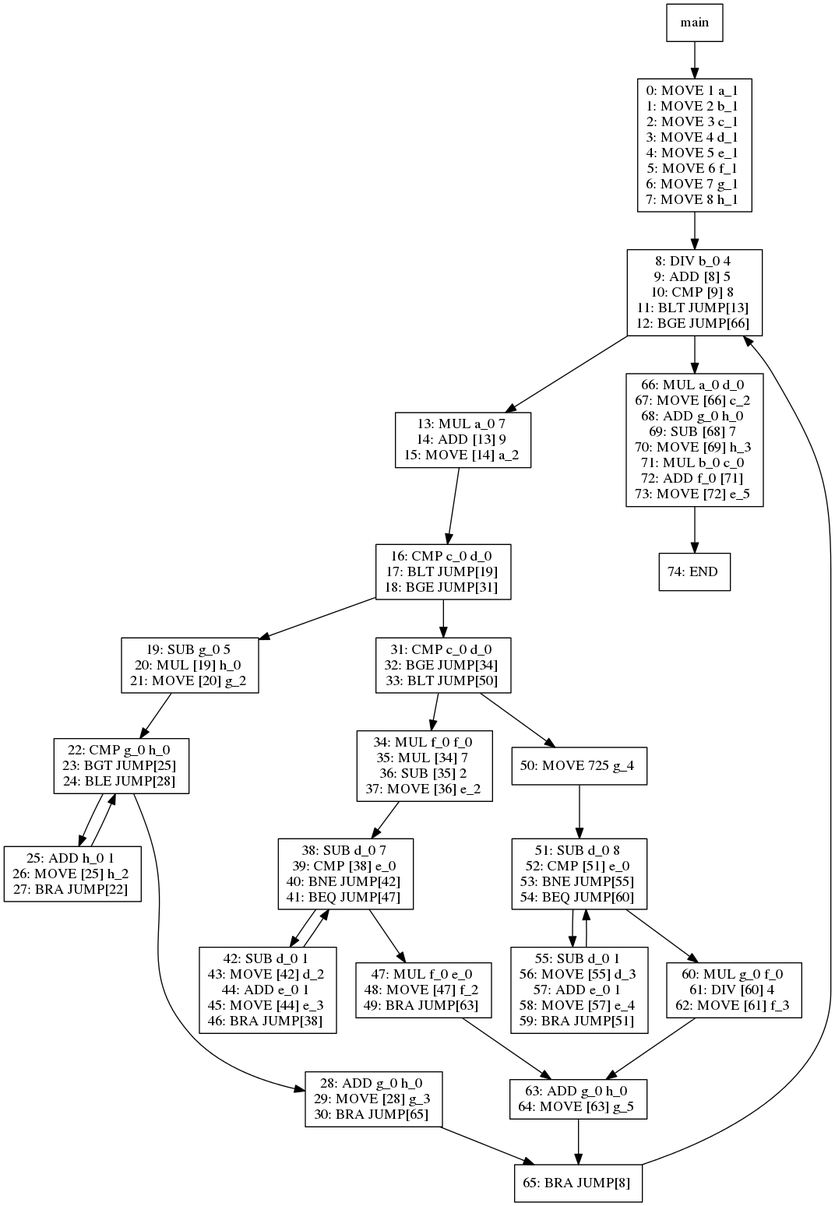
Before: viz/test024.dot.png, a diagram exported from Graphviz (jiahanwang/PL241-Compiler). Its source is kept beside it as viz/test024.dot.
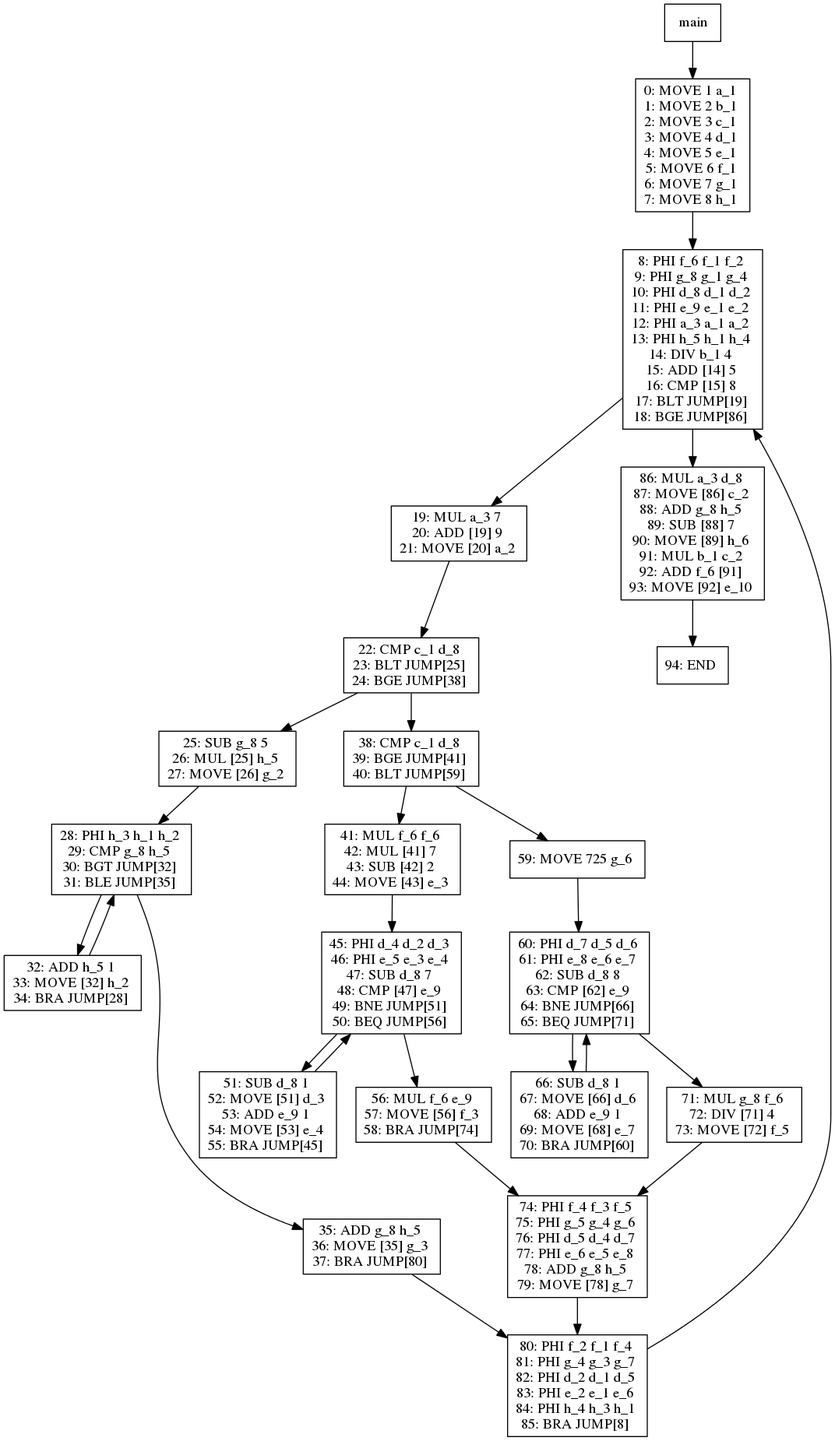
The same file after the commit.

The edit, as a diff of the source:
```diff
@@ -12,116 +12,136 @@
 7: MOVE 8 h_1
 "]
 3 -> 11
-11[label="8: DIV b_0 4
-9: ADD [8] 5
-10: CMP [9] 8
-11: BLT JUMP[13]
-12: BGE JUMP[66]
+11[label="8: PHI f_6 f_1 f_2
+9: PHI g_8 g_1 g_4
+10: PHI d_8 d_1 d_2
+11: PHI e_9 e_1 e_2
+12: PHI a_3 a_1 a_2
+13: PHI h_5 h_1 h_4
+14: DIV b_1 4
+15: ADD [14] 5
+16: CMP [15] 8
+17: BLT JUMP[19]
+18: BGE JUMP[86]
 "]
 11 -> 13
-13[label="13: MUL a_0 7
-14: ADD [13] 9
-15: MOVE [14] a_2
+13[label="19: MUL a_3 7
+20: ADD [19] 9
+21: MOVE [20] a_2
 "]
 13 -> 14
-14[label="16: CMP c_0 d_0
-17: BLT JUMP[19]
-18: BGE JUMP[31]
+14[label="22: CMP c_1 d_8
+23: BLT JUMP[25]
+24: BGE JUMP[38]
 "]
 14 -> 16
-16[label="19: SUB g_0 5
-20: MUL [19] h_0
-21: MOVE [20] g_2
+16[label="25: SUB g_8 5
+26: MUL [25] h_5
+27: MOVE [26] g_2
 "]
 16 -> 17
-17[label="22: CMP g_0 h_0
-23: BGT JUMP[25]
-24: BLE JUMP[28]
+17[label="28: PHI h_3 h_1 h_2
+29: CMP g_8 h_5
+30: BGT JUMP[32]
+31: BLE JUMP[35]
 "]
 17 -> 19
-19[label="25: ADD h_0 1
-26: MOVE [25] h_2
-27: BRA JUMP[22]
+19[label="32: ADD h_5 1
+33: MOVE [32] h_2
+34: BRA JUMP[28]
 "]
 19 -> 17
 17 -> 18
-18[label="28: ADD g_0 h_0
-29: MOVE [28] g_3
-30: BRA JUMP[65]
+18[label="35: ADD g_8 h_5
+36: MOVE [35] g_3
+37: BRA JUMP[80]
 "]
 18 -> 15
-15[label="65: BRA JUMP[8]
+15[label="80: PHI f_2 f_1 f_4
+81: PHI g_4 g_3 g_7
+82: PHI d_2 d_1 d_5
+83: PHI e_2 e_1 e_6
+84: PHI h_4 h_3 h_1
+85: BRA JUMP[8]
 "]
 15 -> 11
 14 -> 21
-21[label="31: CMP c_0 d_0
-32: BGE JUMP[34]
-33: BLT JUMP[50]
+21[label="38: CMP c_1 d_8
+39: BGE JUMP[41]
+40: BLT JUMP[59]
 "]
 21 -> 23
-23[label="34: MUL f_0 f_0
-35: MUL [34] 7
-36: SUB [35] 2
-37: MOVE [36] e_2
+23[label="41: MUL f_6 f_6
+42: MUL [41] 7
+43: SUB [42] 2
+44: MOVE [43] e_3
 "]
 23 -> 24
-24[label="38: SUB d_0 7
-39: CMP [38] e_0
-40: BNE JUMP[42]
-41: BEQ JUMP[47]
+24[label="45: PHI d_4 d_2 d_3
+46: PHI e_5 e_3 e_4
+47: SUB d_8 7
+48: CMP [47] e_9
+49: BNE JUMP[51]
+50: BEQ JUMP[56]
 "]
 24 -> 26
-26[label="42: SUB d_0 1
-43: MOVE [42] d_2
-44: ADD e_0 1
-45: MOVE [44] e_3
-46: BRA JUMP[38]
+26[label="51: SUB d_8 1
+52: MOVE [51] d_3
+53: ADD e_9 1
+54: MOVE [53] e_4
+55: BRA JUMP[45]
 "]
 26 -> 24
 24 -> 25
-25[label="47: MUL f_0 e_0
-48: MOVE [47] f_2
-49: BRA JUMP[63]
+25[label="56: MUL f_6 e_9
+57: MOVE [56] f_3
+58: BRA JUMP[74]
 "]
 25 -> 22
-22[label="63: ADD g_0 h_0
-64: MOVE [63] g_5
+22[label="74: PHI f_4 f_3 f_5
+75: PHI g_5 g_4 g_6
+76: PHI d_5 d_4 d_7
+77: PHI e_6 e_5 e_8
+78: ADD g_8 h_5
+79: MOVE [78] g_7
 "]
 22 -> 15
 21 -> 29
-29[label="50: MOVE 725 g_4
+29[label="59: MOVE 725 g_6
 "]
 29 -> 30
-30[label="51: SUB d_0 8
-52: CMP [51] e_0
-53: BNE JUMP[55]
-54: BEQ JUMP[60]
+30[label="60: PHI d_7 d_5 d_6
+61: PHI e_8 e_6 e_7
+62: SUB d_8 8
+63: CMP [62] e_9
+64: BNE JUMP[66]
+65: BEQ JUMP[71]
 "]
 30 -> 32
-32[label="55: SUB d_0 1
-56: MOVE [55] d_3
-57: ADD e_0 1
-58: MOVE [57] e_4
-59: BRA JUMP[51]
+32[label="66: SUB d_8 1
+67: MOVE [66] d_6
+68: ADD e_9 1
+69: MOVE [68] e_7
+70: BRA JUMP[60]
 "]
 32 -> 30
 30 -> 31
-31[label="60: MUL g_0 f_0
-61: DIV [60] 4
-62: MOVE [61] f_3
+31[label="71: MUL g_8 f_6
+72: DIV [71] 4
+73: MOVE [72] f_5
 "]
 31 -> 22
 11 -> 12
-12[label="66: MUL a_0 d_0
-67: MOVE [66] c_2
-68: ADD g_0 h_0
-69: SUB [68] 7
-70: MOVE [69] h_3
-71: MUL b_0 c_0
-72: ADD f_0 [71]
-73: MOVE [72] e_5
+12[label="86: MUL a_3 d_8
+87: MOVE [86] c_2
+88: ADD g_8 h_5
+89: SUB [88] 7
+90: MOVE [89] h_6
+91: MUL b_1 c_2
+92: ADD f_6 [91]
+93: MOVE [92] e_10
 "]
 12 -> 39
-39[label="74: END
+39[label="94: END
 "]
 }
```
